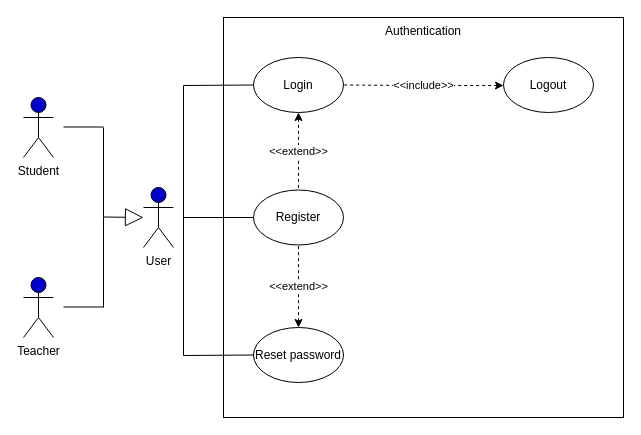
This is page "Authentication" (1 of 3) of Untitled Diagram.drawio from AbdellaouiSofiane/book_scraper, a draw.io file, before an edit. Source tidied: cells renumbered, new cells numbered last; positions are measured from the earlier drawing's top-left corner, leaving out a move shared by most shapes. Both pictures are drawn from the tidied source at 100%, with x=0, y=0 at pixel (23, 17).
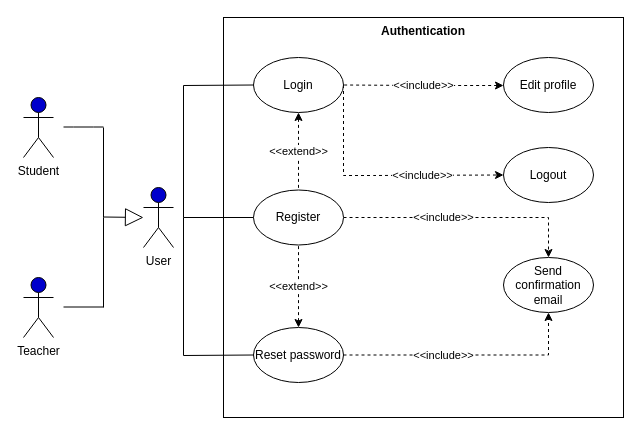
The same diagram, later.

Unchanged cells that the change refers to:
```xml
<mxCell id="11" value="Login" style="ellipse;whiteSpace=wrap;html=1;" parent="1" vertex="1">
  <mxGeometry x="230" y="40" width="90" height="55" as="geometry" />
</mxCell>
<mxCell id="12" value="Register" style="ellipse;whiteSpace=wrap;html=1;" parent="1" vertex="1">
  <mxGeometry x="230" y="172.5" width="90" height="55" as="geometry" />
</mxCell>
<mxCell id="15" value="Reset password" style="ellipse;whiteSpace=wrap;html=1;" parent="1" vertex="1">
  <mxGeometry x="230" y="310" width="90" height="55" as="geometry" />
</mxCell>
```

Diff of the diagram source:
```diff
@@
-    <mxCell id="4" value="Authentication" style="whiteSpace=wrap;html=1;verticalAlign=top;" parent="1" vertex="1">
+    <mxCell id="4" value="&lt;b&gt;Authentication&lt;/b&gt;" style="whiteSpace=wrap;html=1;verticalAlign=top;" parent="1" vertex="1">
       <mxGeometry x="200" width="400" height="400" as="geometry" />
     </mxCell>
@@
+    <mxCell id="21" value="&amp;lt;&amp;lt;include&amp;gt;&amp;gt;" style="edgeStyle=orthogonalEdgeStyle;rounded=0;jettySize=auto;html=1;exitX=1;exitY=0.5;exitDx=0;exitDy=0;entryX=0;entryY=0.5;entryDx=0;entryDy=0;dashed=1;" parent="1" edge="1" source="11" target="24">
+      <mxGeometry x="0.36" relative="1" as="geometry">
+        <Array as="points">
+          <mxPoint x="320" y="158" />
+          <mxPoint x="350" y="158" />
+        </Array>
+      </mxGeometry>
+    </mxCell>
@@
+    <mxCell id="22" value="&amp;lt;&amp;lt;include&amp;gt;&amp;gt;" style="edgeStyle=orthogonalEdgeStyle;rounded=0;jettySize=auto;html=1;exitX=1;exitY=0.5;exitDx=0;exitDy=0;entryX=0.5;entryY=0;entryDx=0;entryDy=0;dashed=1;" parent="1" edge="1" source="12" target="25">
+      <mxGeometry x="-0.18" relative="1" as="geometry" />
+    </mxCell>
@@
-    <mxCell id="13" value="Logout" style="ellipse;whiteSpace=wrap;html=1;" parent="1" vertex="1">
+    <mxCell id="13" value="Edit profile" style="ellipse;whiteSpace=wrap;html=1;" parent="1" vertex="1">
       <mxGeometry x="480" y="40" width="90" height="55" as="geometry" />
     </mxCell>
@@
+    <mxCell id="23" value="&amp;lt;&amp;lt;include&amp;gt;&amp;gt;" style="edgeStyle=orthogonalEdgeStyle;rounded=0;jettySize=auto;html=1;exitX=1;exitY=0.5;exitDx=0;exitDy=0;entryX=0.5;entryY=1;entryDx=0;entryDy=0;dashed=1;" parent="1" edge="1" source="15" target="25">
+      <mxGeometry x="-0.19" relative="1" as="geometry" />
+    </mxCell>
@@
+    <mxCell id="24" value="Logout" style="ellipse;whiteSpace=wrap;html=1;" parent="1" vertex="1">
+      <mxGeometry x="480" y="130" width="90" height="55" as="geometry" />
+    </mxCell>
+    <mxCell id="25" value="Send confirmation email" style="ellipse;whiteSpace=wrap;html=1;" parent="1" vertex="1">
+      <mxGeometry x="480" y="240" width="90" height="55" as="geometry" />
+    </mxCell>
```
